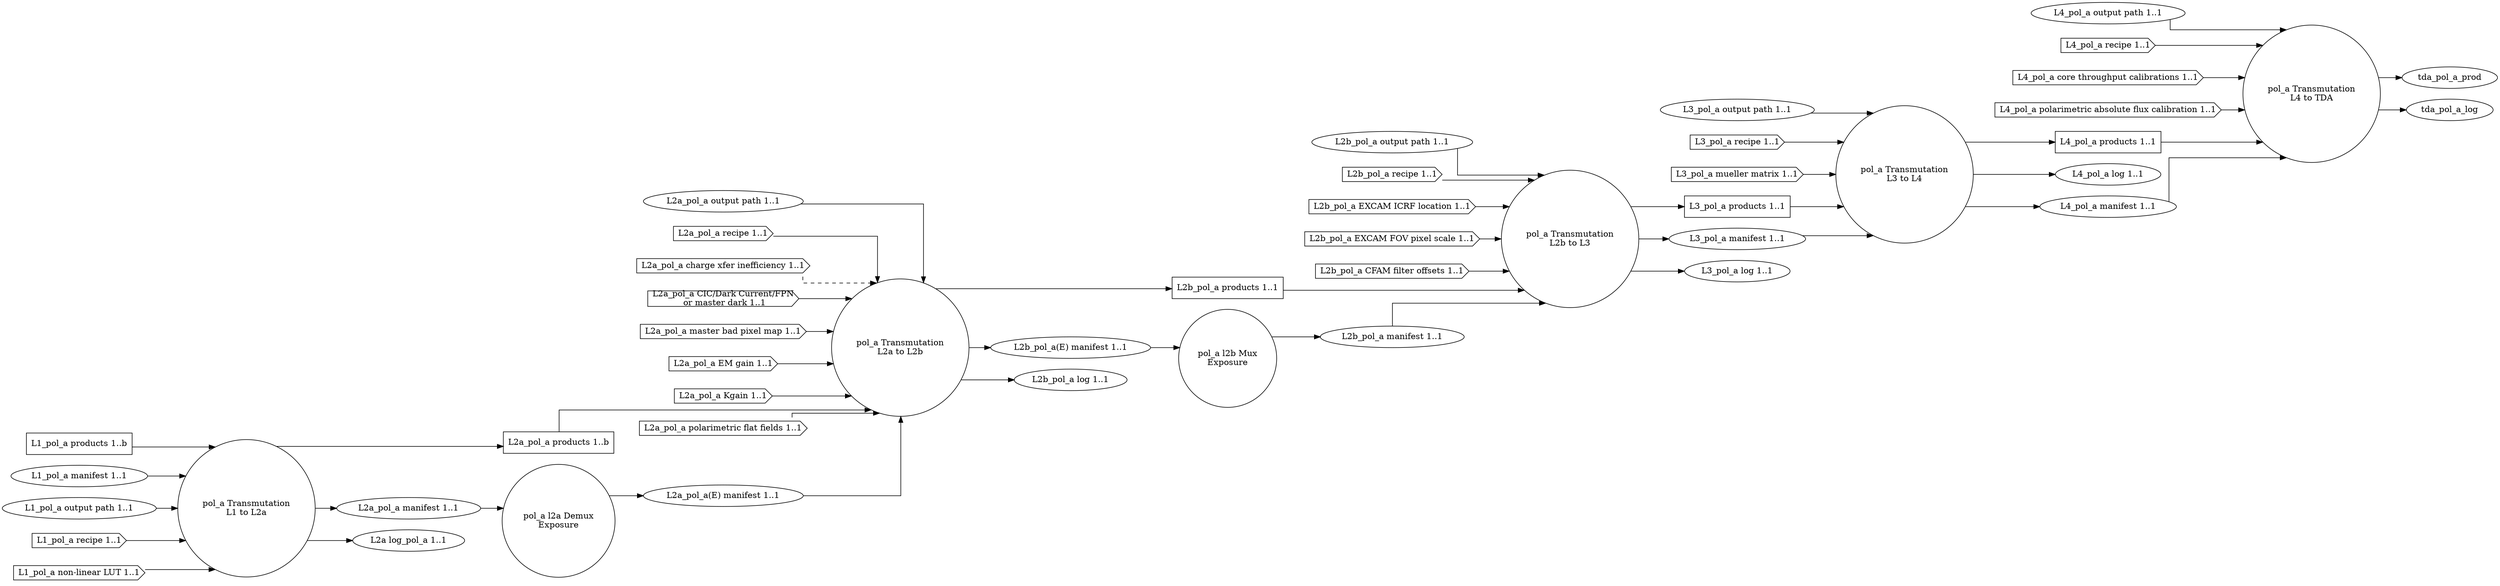
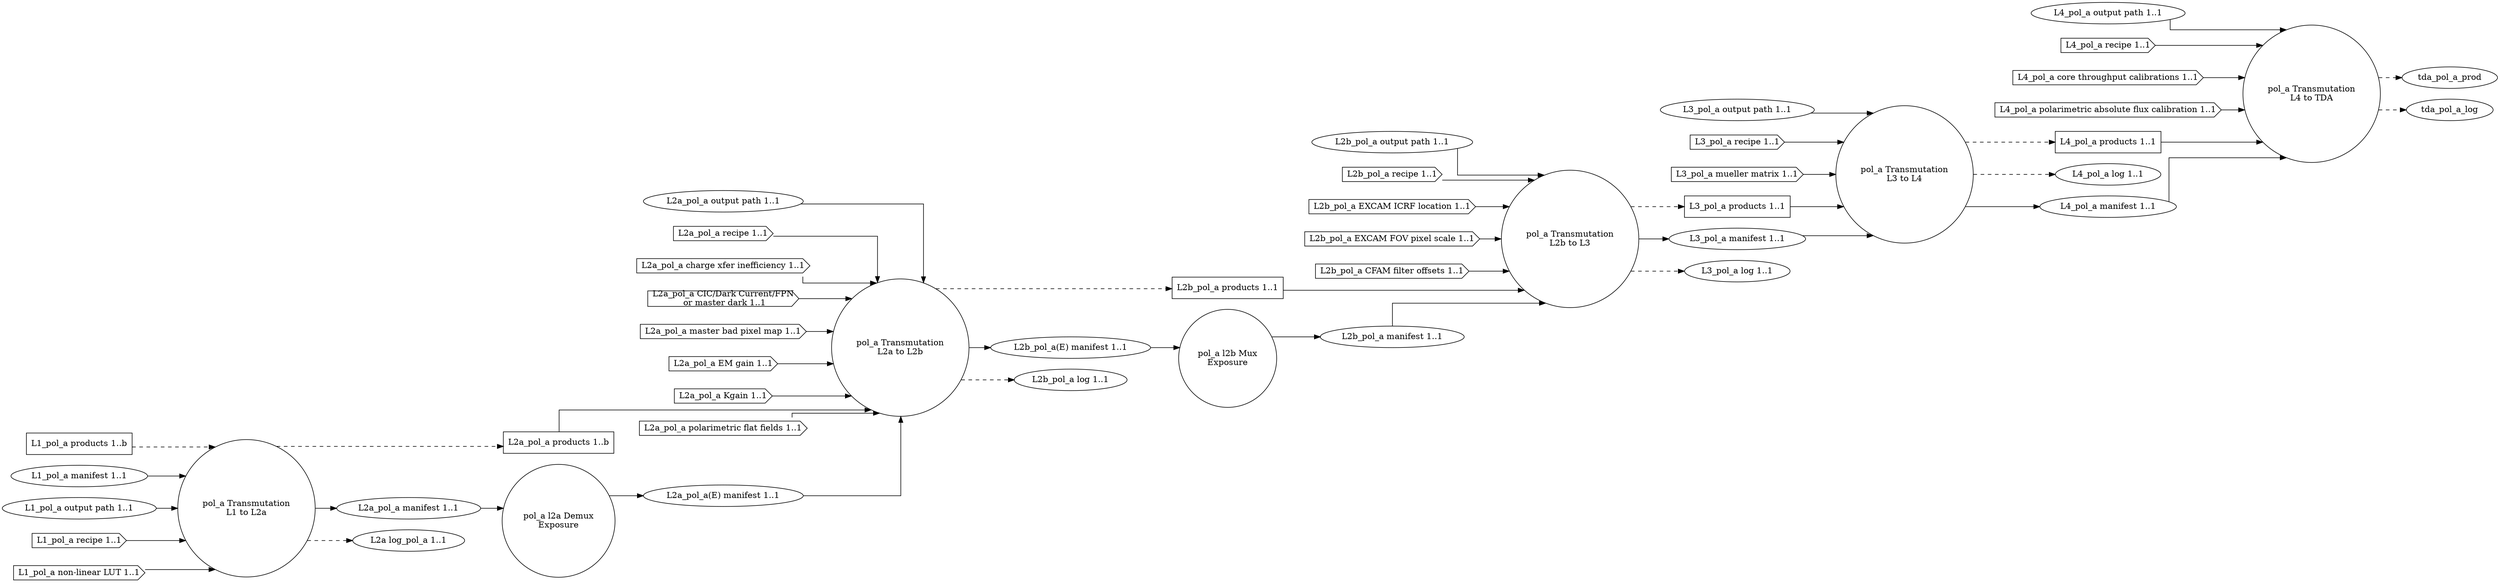
digraph PolarimetryAnalog
{
  graph [splines="ortho", rankdir=LR];

  trans_pol_a_l1_l2a [label="pol_a Transmutation\nL1 to L2a", shape="circle"];
  l2a_pol_a_demux [label="pol_a l2a Demux\nExposure" shape="circle"];
  trans_pol_a_l2a_l2b [label="pol_a Transmutation\nL2a to L2b", shape="circle"];
  l2b_pol_a_mux [label="pol_a l2b Mux\nExposure", shape="circle"];
  trans_pol_a_l2b_l3 [label="pol_a Transmutation\nL2b to L3", shape="circle"];
  trans_pol_a_l3_l4 [label="pol_a Transmutation\nL3 to L4", shape="circle"];
  trans_pol_a_l4_tda [label="pol_a Transmutation\nL4 to TDA", shape="circle"];

  l1_pol_a_prod [label="L1_pol_a products 1..b", shape="rectangle"];
  l1_pol_a_man [label="L1_pol_a manifest 1..1", shape="ellipse"];
  l1_pol_a_odir [label="L1_pol_a output path 1..1", shape="ellipse"];
  l1_pol_a_rec [label="L1_pol_a recipe 1..1", shape="cds"];
  l1_pol_a_nllut [label="L1_pol_a non-linear LUT 1..1", shape="cds"];

  l2a_pol_a_prod [label="L2a_pol_a products 1..b", shape="rectangle"];
  l2a_pol_a_man [label="L2a_pol_a manifest 1..1", shape="ellipse"];
  l2a_pol_a_odir [label="L2a_pol_a output path 1..1", shape="ellipse"];
  l2a_pol_a_rec [label="L2a_pol_a recipe 1..1", shape="cds"];
  l2a_pol_a_cti [label="L2a_pol_a charge xfer inefficiency 1..1", shape="cds"];
  l2a_pol_a_dnb [label="L2a_pol_a CIC/Dark Current/FPN\n or master dark 1..1", shape="cds"];
  l2a_pol_a_mbpm [label="L2a_pol_a master bad pixel map 1..1", shape="cds"];
  l2a_pol_a_emg [label="L2a_pol_a EM gain 1..1", shape="cds"];
  l2a_pol_a_kgain [label="L2a_pol_a Kgain 1..1", shape="cds"];
  l2a_pol_a_polff [label="L2a_pol_a polarimetric flat fields 1..1", shape="cds"];
  l2a_pol_a_log [label="L2a log_pol_a 1..1", shape="ellipse"];
  l2a_pol_a_man_demux [label="L2a_pol_a(E) manifest 1..1", shape="ellipse"];

  l2b_pol_a_prod [label="L2b_pol_a products 1..1", shape="rectangle"];
  l2b_pol_a_man [label="L2b_pol_a manifest 1..1", shape="ellipse"];
  l2b_pol_a_odir [label="L2b_pol_a output path 1..1", shape="ellipse"];
  l2b_pol_a_rec [label="L2b_pol_a recipe 1..1", shape="cds"];
  l2b_pol_a_excicrf [label="L2b_pol_a EXCAM ICRF location 1..1", shape="cds"];
  l2b_pol_a_excfovps [label="L2b_pol_a EXCAM FOV pixel scale 1..1", shape="cds"];
  l2b_pol_a_cfamfo [label="L2b_pol_a CFAM filter offsets 1..1", shape="cds"];
  l2b_pol_a_man_demux [label="L2b_pol_a(E) manifest 1..1", shape="ellipse"];
  l2b_pol_a_log [label="L2b_pol_a log 1..1", shape="ellipse"];

  l3_pol_a_prod [label="L3_pol_a products 1..1", shape="rectangle"];
  l3_pol_a_odir [label="L3_pol_a output path 1..1", shape="ellipse"];
  l3_pol_a_man [label="L3_pol_a manifest 1..1", shape="ellipse"];
  l3_pol_a_rec [label="L3_pol_a recipe 1..1", shape="cds"];
  l3_pol_a_mueller [label="L3_pol_a mueller matrix 1..1", shape="cds"];
  l3_pol_a_log [label="L3_pol_a log 1..1", shape="ellipse"];

  l4_pol_a_prod [label="L4_pol_a products 1..1", shape="rectangle"];
  l4_pol_a_log [label="L4_pol_a log 1..1", shape="ellipse"];
  l4_pol_a_man [label="L4_pol_a manifest 1..1", shape="ellipse"];
  l4_pol_a_odir [label="L4_pol_a output path 1..1", shape="ellipse"];
  l4_pol_a_rec [label="L4_pol_a recipe 1..1", shape="cds"];
  l4_pol_a_ctcal [label="L4_pol_a core throughput calibrations 1..1", shape="cds"];
  l4_pol_a_pafcal [label="L4_pol_a polarimetric absolute flux calibration 1..1", shape="cds"];

-   l1_pol_a_prod -> trans_pol_a_l1_l2a;
+   l1_pol_a_prod -> trans_pol_a_l1_l2a [style="dashed"];
  l1_pol_a_man -> trans_pol_a_l1_l2a;
  l1_pol_a_odir -> trans_pol_a_l1_l2a;
  l1_pol_a_rec -> trans_pol_a_l1_l2a;
  l1_pol_a_nllut -> trans_pol_a_l1_l2a;

-   trans_pol_a_l1_l2a -> l2a_pol_a_prod;
+   trans_pol_a_l1_l2a -> l2a_pol_a_prod [style="dashed"];
  trans_pol_a_l1_l2a -> l2a_pol_a_man;
-   trans_pol_a_l1_l2a -> l2a_pol_a_log;
+   trans_pol_a_l1_l2a -> l2a_pol_a_log  [style="dashed"];

  l2a_pol_a_prod -> trans_pol_a_l2a_l2b;
  l2a_pol_a_odir -> trans_pol_a_l2a_l2b;
  l2a_pol_a_rec -> trans_pol_a_l2a_l2b;
-   l2a_pol_a_cti -> trans_pol_a_l2a_l2b [style="dashed"];
+   l2a_pol_a_cti -> trans_pol_a_l2a_l2b;
  l2a_pol_a_dnb -> trans_pol_a_l2a_l2b;
  l2a_pol_a_mbpm -> trans_pol_a_l2a_l2b;
  l2a_pol_a_emg -> trans_pol_a_l2a_l2b;
  l2a_pol_a_kgain -> trans_pol_a_l2a_l2b;
  l2a_pol_a_polff -> trans_pol_a_l2a_l2b;

-   trans_pol_a_l2a_l2b -> l2b_pol_a_prod;
+   trans_pol_a_l2a_l2b -> l2b_pol_a_prod [style="dashed"];
  trans_pol_a_l2a_l2b -> l2b_pol_a_man_demux;
-   trans_pol_a_l2a_l2b -> l2b_pol_a_log;
+   trans_pol_a_l2a_l2b -> l2b_pol_a_log  [style="dashed"];

  l2a_pol_a_man -> l2a_pol_a_demux;
  l2a_pol_a_demux -> l2a_pol_a_man_demux;
  l2a_pol_a_man_demux -> trans_pol_a_l2a_l2b;

  l2b_pol_a_man_demux -> l2b_pol_a_mux;
  l2b_pol_a_mux -> l2b_pol_a_man;

  l2b_pol_a_prod -> trans_pol_a_l2b_l3;
  l2b_pol_a_man -> trans_pol_a_l2b_l3;
  l2b_pol_a_odir -> trans_pol_a_l2b_l3;
  l2b_pol_a_rec -> trans_pol_a_l2b_l3;
  l2b_pol_a_excicrf -> trans_pol_a_l2b_l3;
  l2b_pol_a_excfovps -> trans_pol_a_l2b_l3;
  l2b_pol_a_cfamfo -> trans_pol_a_l2b_l3;
-   trans_pol_a_l2b_l3 -> l3_pol_a_prod;
+   trans_pol_a_l2b_l3 -> l3_pol_a_prod [style="dashed"];
  trans_pol_a_l2b_l3 -> l3_pol_a_man;
-   trans_pol_a_l2b_l3 -> l3_pol_a_log;
+   trans_pol_a_l2b_l3 -> l3_pol_a_log  [style="dashed"];

  l3_pol_a_prod -> trans_pol_a_l3_l4;
  l3_pol_a_man -> trans_pol_a_l3_l4;
  l3_pol_a_odir -> trans_pol_a_l3_l4;
  l3_pol_a_rec -> trans_pol_a_l3_l4;
  l3_pol_a_mueller -> trans_pol_a_l3_l4;
-   trans_pol_a_l3_l4 -> l4_pol_a_prod;
-   trans_pol_a_l3_l4 -> l4_pol_a_log;
+   trans_pol_a_l3_l4 -> l4_pol_a_prod [style="dashed"];
+   trans_pol_a_l3_l4 -> l4_pol_a_log  [style="dashed"];
  trans_pol_a_l3_l4 -> l4_pol_a_man;

  l4_pol_a_prod -> trans_pol_a_l4_tda;
  l4_pol_a_man -> trans_pol_a_l4_tda;
  l4_pol_a_odir -> trans_pol_a_l4_tda;
  l4_pol_a_rec -> trans_pol_a_l4_tda;
  l4_pol_a_ctcal -> trans_pol_a_l4_tda;
  l4_pol_a_pafcal -> trans_pol_a_l4_tda;
-   trans_pol_a_l4_tda -> tda_pol_a_prod;
-   trans_pol_a_l4_tda -> tda_pol_a_log;
+   trans_pol_a_l4_tda -> tda_pol_a_prod [style="dashed"];
+   trans_pol_a_l4_tda -> tda_pol_a_log  [style="dashed"];
}
